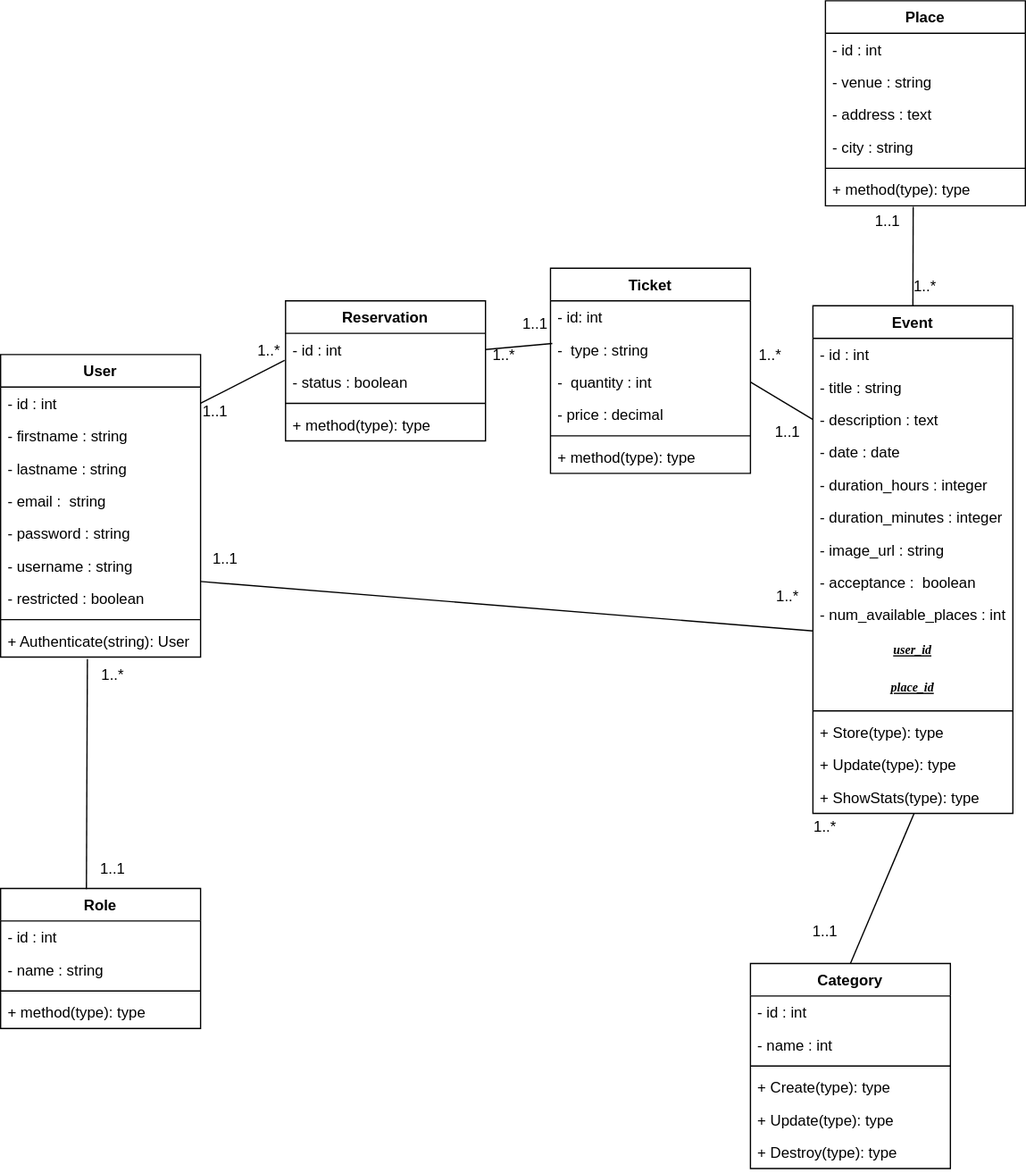
This is CONCEPTION/DCLASSE.drawio.svg from abdelalicode/EVENTO, a draw.io export, as it was before one commit. Source tidied: cells renumbered, new cells last; positions are measured from the earlier drawing's top-left corner, leaving out a move shared by most shapes.
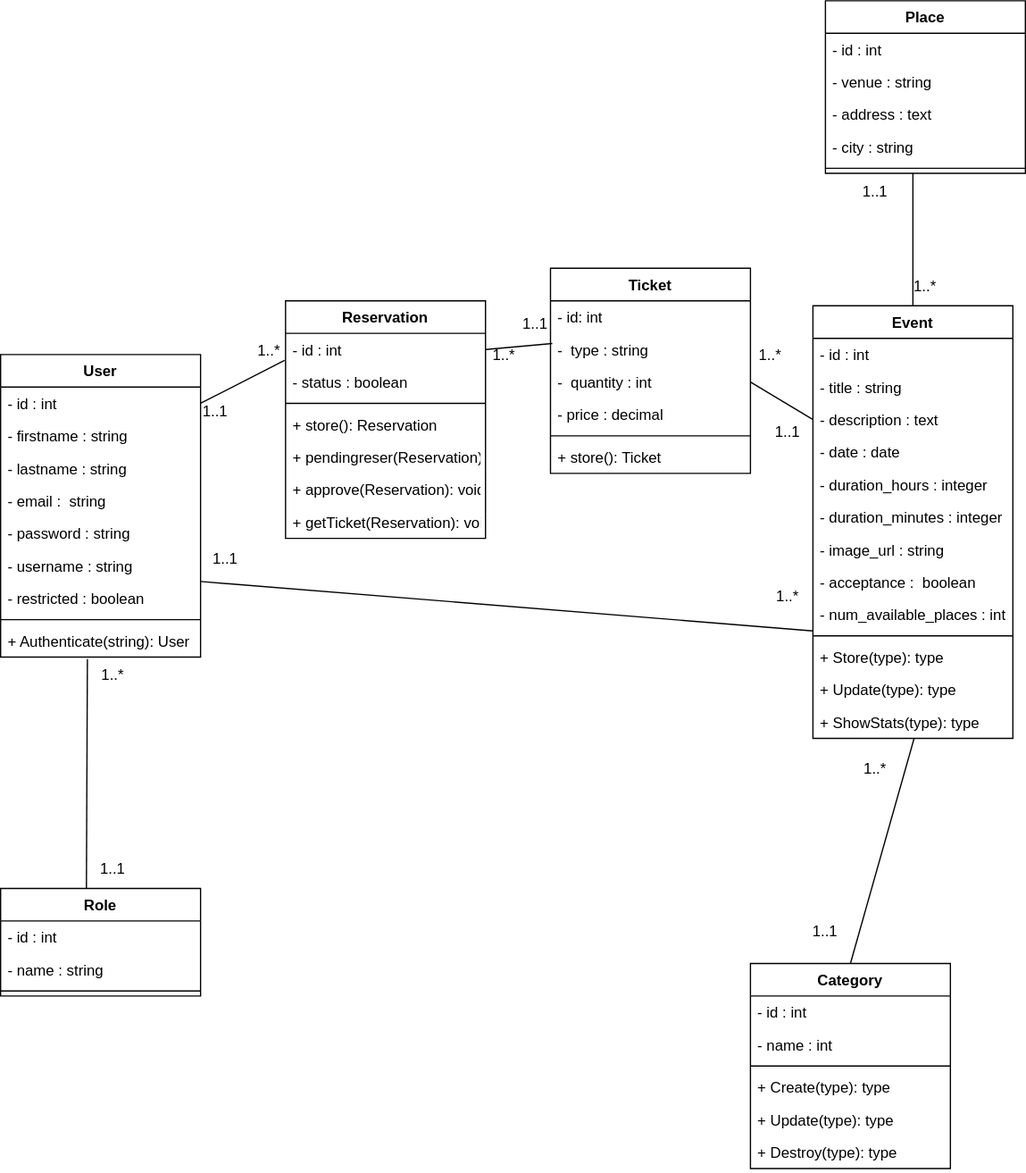
After the commit.

Commit message:
Refactorisation du code

What changed in the source:
```diff
@@ -33,7 +33,7 @@
       <mxGeometry y="216" width="160" height="26" as="geometry" />
     </mxCell>
     <mxCell id="12" value="Role" style="swimlane;fontStyle=1;align=center;verticalAlign=top;horizontal=1;startSize=26;" parent="1" vertex="1">
-      <mxGeometry y="710" width="160" height="112" as="geometry" />
+      <mxGeometry y="710" width="160" height="86" as="geometry" />
     </mxCell>
     <mxCell id="13" value="- id : int" style="text;strokeColor=none;fillColor=none;align=left;verticalAlign=top;spacingLeft=4;spacingRight=4;overflow=hidden;" parent="12" vertex="1">
       <mxGeometry y="26" width="160" height="26" as="geometry" />
@@ -44,11 +44,8 @@
     <mxCell id="15" style="line;strokeWidth=1;fillColor=none;align=left;verticalAlign=middle;spacingTop=-1;spacingLeft=3;spacingRight=3;labelPosition=right;strokeColor=inherit;" parent="12" vertex="1">
       <mxGeometry y="78" width="160" height="8" as="geometry" />
     </mxCell>
-    <mxCell id="16" value="+ method(type): type" style="text;strokeColor=none;fillColor=none;align=left;verticalAlign=top;spacingLeft=4;spacingRight=4;overflow=hidden;" parent="12" vertex="1">
-      <mxGeometry y="86" width="160" height="26" as="geometry" />
-    </mxCell>
     <mxCell id="17" value="Event" style="swimlane;fontStyle=1;align=center;verticalAlign=top;horizontal=1;startSize=26;" parent="1" vertex="1">
-      <mxGeometry x="650" y="244" width="160" height="406" as="geometry" />
+      <mxGeometry x="650" y="244" width="160" height="346" as="geometry" />
     </mxCell>
     <mxCell id="18" value="- id : int" style="text;strokeColor=none;fillColor=none;align=left;verticalAlign=top;spacingLeft=4;spacingRight=4;overflow=hidden;" parent="17" vertex="1">
       <mxGeometry y="26" width="160" height="26" as="geometry" />
@@ -77,26 +74,20 @@
     <mxCell id="26" value="- num_available_places : int" style="text;strokeColor=none;fillColor=none;align=left;verticalAlign=top;spacingLeft=4;spacingRight=4;overflow=hidden;" parent="17" vertex="1">
       <mxGeometry y="234" width="160" height="26" as="geometry" />
     </mxCell>
-    <mxCell id="27" value="&lt;h6&gt;&lt;font size=&quot;1&quot; face=&quot;Lucida Console&quot;&gt;&lt;i&gt;&lt;u&gt;user_id&lt;/u&gt;&lt;/i&gt;&lt;/font&gt;&lt;/h6&gt;" style="text;html=1;strokeColor=none;fillColor=none;align=center;verticalAlign=middle;whiteSpace=wrap;rounded=0;" parent="17" vertex="1">
-      <mxGeometry y="260" width="160" height="30" as="geometry" />
-    </mxCell>
-    <mxCell id="28" value="&lt;h6&gt;&lt;font size=&quot;1&quot; face=&quot;Lucida Console&quot;&gt;&lt;i&gt;&lt;u&gt;place_id&lt;/u&gt;&lt;/i&gt;&lt;/font&gt;&lt;/h6&gt;" style="text;html=1;strokeColor=none;fillColor=none;align=center;verticalAlign=middle;whiteSpace=wrap;rounded=0;" parent="17" vertex="1">
-      <mxGeometry y="290" width="160" height="30" as="geometry" />
-    </mxCell>
     <mxCell id="29" style="line;strokeWidth=1;fillColor=none;align=left;verticalAlign=middle;spacingTop=-1;spacingLeft=3;spacingRight=3;labelPosition=right;strokeColor=inherit;" parent="17" vertex="1">
-      <mxGeometry y="320" width="160" height="8" as="geometry" />
+      <mxGeometry y="260" width="160" height="8" as="geometry" />
     </mxCell>
     <mxCell id="30" value="+ Store(type): type" style="text;strokeColor=none;fillColor=none;align=left;verticalAlign=top;spacingLeft=4;spacingRight=4;overflow=hidden;" parent="17" vertex="1">
-      <mxGeometry y="328" width="160" height="26" as="geometry" />
+      <mxGeometry y="268" width="160" height="26" as="geometry" />
     </mxCell>
     <mxCell id="31" value="+ Update(type): type" style="text;strokeColor=none;fillColor=none;align=left;verticalAlign=top;spacingLeft=4;spacingRight=4;overflow=hidden;" parent="17" vertex="1">
-      <mxGeometry y="354" width="160" height="26" as="geometry" />
+      <mxGeometry y="294" width="160" height="26" as="geometry" />
     </mxCell>
     <mxCell id="32" value="+ ShowStats(type): type" style="text;strokeColor=none;fillColor=none;align=left;verticalAlign=top;spacingLeft=4;spacingRight=4;overflow=hidden;points=[[0,0.5],[1,0.5]];portConstraint=eastwest;" parent="17" vertex="1">
-      <mxGeometry y="380" width="160" height="26" as="geometry" />
+      <mxGeometry y="320" width="160" height="26" as="geometry" />
     </mxCell>
     <mxCell id="33" value="Reservation" style="swimlane;fontStyle=1;align=center;verticalAlign=top;horizontal=1;startSize=26;" parent="1" vertex="1">
-      <mxGeometry x="228" y="240" width="160" height="112" as="geometry" />
+      <mxGeometry x="228" y="240" width="160" height="190" as="geometry" />
     </mxCell>
     <mxCell id="34" value="- id : int " style="text;strokeColor=none;fillColor=none;align=left;verticalAlign=top;spacingLeft=4;spacingRight=4;overflow=hidden;points=[[0,0.5],[1,0.5]];portConstraint=eastwest;" parent="33" vertex="1">
       <mxGeometry y="26" width="160" height="26" as="geometry" />
@@ -107,9 +98,18 @@
     <mxCell id="36" style="line;strokeWidth=1;fillColor=none;align=left;verticalAlign=middle;spacingTop=-1;spacingLeft=3;spacingRight=3;labelPosition=right;strokeColor=inherit;" parent="33" vertex="1">
       <mxGeometry y="78" width="160" height="8" as="geometry" />
     </mxCell>
-    <mxCell id="37" value="+ method(type): type" style="text;strokeColor=none;fillColor=none;align=left;verticalAlign=top;spacingLeft=4;spacingRight=4;overflow=hidden;" parent="33" vertex="1">
+    <mxCell id="37" value="+ store(): Reservation" style="text;strokeColor=none;fillColor=none;align=left;verticalAlign=top;spacingLeft=4;spacingRight=4;overflow=hidden;" parent="33" vertex="1">
       <mxGeometry y="86" width="160" height="26" as="geometry" />
     </mxCell>
+    <mxCell id="80" value="+ pendingreser(Reservation): Reservation" style="text;strokeColor=none;fillColor=none;align=left;verticalAlign=top;spacingLeft=4;spacingRight=4;overflow=hidden;" parent="33" vertex="1">
+      <mxGeometry y="112" width="160" height="26" as="geometry" />
+    </mxCell>
+    <mxCell id="81" value="+ approve(Reservation): void" style="text;strokeColor=none;fillColor=none;align=left;verticalAlign=top;spacingLeft=4;spacingRight=4;overflow=hidden;" parent="33" vertex="1">
+      <mxGeometry y="138" width="160" height="26" as="geometry" />
+    </mxCell>
+    <mxCell id="82" value="+ getTicket(Reservation): void" style="text;strokeColor=none;fillColor=none;align=left;verticalAlign=top;spacingLeft=4;spacingRight=4;overflow=hidden;" parent="33" vertex="1">
+      <mxGeometry y="164" width="160" height="26" as="geometry" />
+    </mxCell>
     <mxCell id="38" value="Category" style="swimlane;fontStyle=1;align=center;verticalAlign=top;horizontal=1;startSize=26;" parent="1" vertex="1">
       <mxGeometry x="600" y="770" width="160" height="164" as="geometry" />
     </mxCell>
@@ -149,7 +149,7 @@
     <mxCell id="50" style="line;strokeWidth=1;fillColor=none;align=left;verticalAlign=middle;spacingTop=-1;spacingLeft=3;spacingRight=3;labelPosition=right;strokeColor=inherit;" parent="45" vertex="1">
       <mxGeometry y="130" width="160" height="8" as="geometry" />
     </mxCell>
-    <mxCell id="51" value="+ method(type): type" style="text;strokeColor=none;fillColor=none;align=left;verticalAlign=top;spacingLeft=4;spacingRight=4;overflow=hidden;" parent="45" vertex="1">
+    <mxCell id="51" value="+ store(): Ticket" style="text;strokeColor=none;fillColor=none;align=left;verticalAlign=top;spacingLeft=4;spacingRight=4;overflow=hidden;" parent="45" vertex="1">
       <mxGeometry y="138" width="160" height="26" as="geometry" />
     </mxCell>
     <mxCell id="52" style="endArrow=none;html=1;exitX=0.429;exitY=0.005;exitDx=0;exitDy=0;exitPerimeter=0;entryX=0.434;entryY=1.062;entryDx=0;entryDy=0;entryPerimeter=0;" parent="1" edge="1" source="12" target="11">
@@ -183,10 +183,10 @@
       <mxGeometry x="373" y="269" width="60" height="30" as="geometry" />
     </mxCell>
     <mxCell id="62" value="1..*" style="text;html=1;strokeColor=none;fillColor=none;align=center;verticalAlign=middle;whiteSpace=wrap;rounded=0;" parent="1" vertex="1">
-      <mxGeometry x="630" y="646" width="60" height="30" as="geometry" />
+      <mxGeometry x="670" y="600" width="60" height="30" as="geometry" />
     </mxCell>
     <mxCell id="63" value="Place" style="swimlane;fontStyle=1;align=center;verticalAlign=top;horizontal=1;startSize=26;" parent="1" vertex="1">
-      <mxGeometry x="660" width="160" height="164" as="geometry" />
+      <mxGeometry x="660" width="160" height="138" as="geometry" />
     </mxCell>
     <mxCell id="64" value="- id : int" style="text;strokeColor=none;fillColor=none;align=left;verticalAlign=top;spacingLeft=4;spacingRight=4;overflow=hidden;" parent="63" vertex="1">
       <mxGeometry y="26" width="160" height="26" as="geometry" />
@@ -203,20 +203,17 @@
     <mxCell id="68" style="line;strokeWidth=1;fillColor=none;align=left;verticalAlign=middle;spacingTop=-1;spacingLeft=3;spacingRight=3;labelPosition=right;strokeColor=inherit;" parent="63" vertex="1">
       <mxGeometry y="130" width="160" height="8" as="geometry" />
     </mxCell>
-    <mxCell id="69" value="+ method(type): type" style="text;strokeColor=none;fillColor=none;align=left;verticalAlign=top;spacingLeft=4;spacingRight=4;overflow=hidden;points=[[0,0.5],[1,0.5]];portConstraint=eastwest;" parent="63" vertex="1">
-      <mxGeometry y="138" width="160" height="26" as="geometry" />
-    </mxCell>
     <mxCell id="70" value="1..*" style="text;html=1;strokeColor=none;fillColor=none;align=center;verticalAlign=middle;whiteSpace=wrap;rounded=0;" parent="1" vertex="1">
       <mxGeometry x="60" y="525" width="60" height="30" as="geometry" />
     </mxCell>
     <mxCell id="71" value="1..1" style="text;html=1;strokeColor=none;fillColor=none;align=center;verticalAlign=middle;whiteSpace=wrap;rounded=0;" parent="1" vertex="1">
       <mxGeometry x="60" y="680" width="60" height="30" as="geometry" />
     </mxCell>
-    <mxCell id="72" style="endArrow=none;html=1;exitX=0.5;exitY=0;exitDx=0;exitDy=0;entryX=0.439;entryY=1.03;entryDx=0;entryDy=0;entryPerimeter=0;" parent="1" edge="1" source="17" target="69">
+    <mxCell id="72" style="endArrow=none;html=1;exitX=0.5;exitY=0;exitDx=0;exitDy=0;entryX=1;entryY=0;entryDx=0;entryDy=0;" parent="1" edge="1" source="17" target="73">
       <mxGeometry relative="1" as="geometry" />
     </mxCell>
     <mxCell id="73" value="1..1" style="text;html=1;strokeColor=none;fillColor=none;align=center;verticalAlign=middle;whiteSpace=wrap;rounded=0;" parent="1" vertex="1">
-      <mxGeometry x="680" y="162" width="60" height="30" as="geometry" />
+      <mxGeometry x="670" y="138" width="60" height="30" as="geometry" />
     </mxCell>
     <mxCell id="74" value="1..*" style="text;html=1;strokeColor=none;fillColor=none;align=center;verticalAlign=middle;whiteSpace=wrap;rounded=0;" parent="1" vertex="1">
       <mxGeometry x="710" y="214" width="60" height="30" as="geometry" />
@@ -227,8 +224,10 @@
     <mxCell id="76" style="endArrow=none;html=1;entryX=0;entryY=0.5;entryDx=0;entryDy=0;exitX=1;exitY=0.5;exitDx=0;exitDy=0;" parent="1" edge="1" source="48" target="20">
       <mxGeometry relative="1" as="geometry" />
     </mxCell>
-    <mxCell id="77" style="endArrow=none;html=1;exitX=1;exitY=0.75;exitDx=0;exitDy=0;entryX=0;entryY=0;entryDx=0;entryDy=0;" parent="1" edge="1" source="2" target="27">
-      <mxGeometry relative="1" as="geometry" />
+    <mxCell id="77" style="endArrow=none;html=1;exitX=1;exitY=0.75;exitDx=0;exitDy=0;entryX=0;entryY=0;entryDx=0;entryDy=0;" parent="1" edge="1" source="2">
+      <mxGeometry relative="1" as="geometry">
+        <mxPoint x="650" y="504" as="targetPoint" />
+      </mxGeometry>
     </mxCell>
     <mxCell id="78" value="1..1" style="text;html=1;strokeColor=none;fillColor=none;align=center;verticalAlign=middle;whiteSpace=wrap;rounded=0;" parent="1" vertex="1">
       <mxGeometry x="150" y="432" width="60" height="30" as="geometry" />
```
